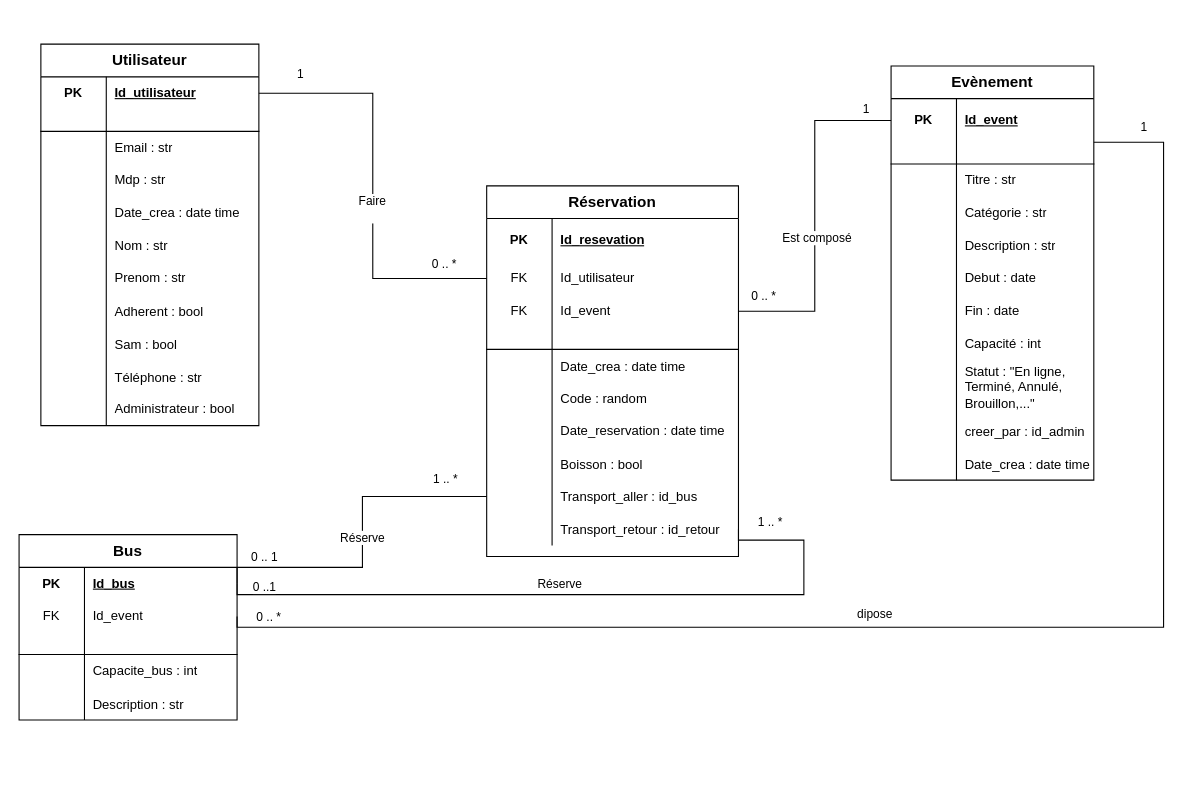
Earlier version of the draw.io diagram doc/Diagramme Bdd.drawio (khalidjerrari/ENSAI-Projet-info-2A). Source tidied: cells renumbered, new cells numbered last; positions are measured from the earlier drawing's top-left corner, leaving out a move shared by most shapes. Both pictures are drawn from the tidied source at 109%, with x=0, y=0 at pixel (19, 44).
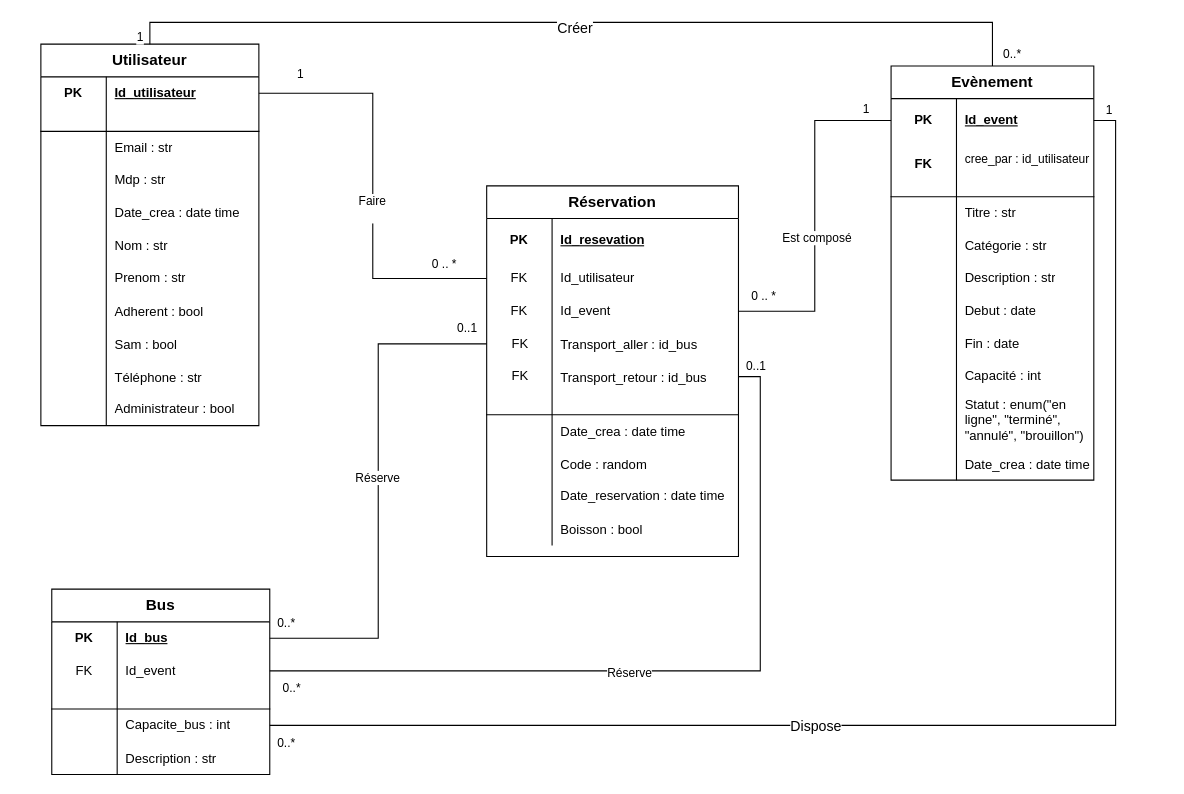
Above is the later version.

Commit message:
mise à jour du diagramme bdd

The change refers to these unchanged cells:
```xml
<mxCell id="2" value="&lt;font style=&quot;font-size: 14px;&quot;&gt;Utilisateur&lt;/font&gt;" style="shape=table;startSize=30;childLayout=tableLayout;rowLines=0;fontStyle=1;align=center;html=1;whiteSpace=wrap;" parent="1" vertex="1">
  <mxGeometry x="20" width="200" height="350" as="geometry" />
</mxCell>
<mxCell id="36" value="Evènement" style="shape=table;startSize=30;childLayout=tableLayout;rowLines=0;fontStyle=1;align=center;html=1;whiteSpace=wrap;fontSize=14;" parent="1" vertex="1">
  <mxGeometry x="800" y="20" width="186" height="380" as="geometry" />
</mxCell>
<mxCell id="37" style="shape=tableRow;horizontal=0;startSize=0;swimlaneHead=0;swimlaneBody=0;fillColor=none;points=[[0,0.5],[1,0.5]];portConstraint=eastwest;top=0;left=0;right=0;bottom=0;html=1;" parent="36" vertex="1">
  <mxGeometry y="30" width="186" height="40" as="geometry" />
</mxCell>
<mxCell id="70" value="Réservation" style="shape=table;startSize=30;childLayout=tableLayout;rowLines=0;fontStyle=1;align=center;html=1;whiteSpace=wrap;fontSize=14;" parent="1" vertex="1">
  <mxGeometry x="429" y="130" width="231" height="340" as="geometry" />
</mxCell>
<mxCell id="110" style="shape=tableRow;horizontal=0;startSize=0;swimlaneHead=0;swimlaneBody=0;fillColor=none;points=[[0,0.5],[1,0.5]];portConstraint=eastwest;top=0;left=0;right=0;bottom=0;html=1;" parent="109" vertex="1">
  <mxGeometry y="30" width="200" height="30" as="geometry" />
</mxCell>
<mxCell id="113" style="shape=tableRow;horizontal=0;startSize=0;swimlaneHead=0;swimlaneBody=0;fillColor=none;points=[[0,0.5],[1,0.5]];portConstraint=eastwest;top=0;left=0;right=0;bottom=0;" parent="109" vertex="1">
  <mxGeometry y="60" width="200" height="30" as="geometry" />
</mxCell>
<mxCell id="119" style="shape=tableRow;horizontal=0;startSize=0;swimlaneHead=0;swimlaneBody=0;fillColor=none;points=[[0,0.5],[1,0.5]];portConstraint=eastwest;top=0;left=0;right=0;bottom=0;html=1;" parent="109" vertex="1">
  <mxGeometry y="110" width="200" height="30" as="geometry" />
</mxCell>
```

Diff of the diagram source:
```diff
@@
+    <mxCell id="137" style="edgeStyle=orthogonalEdgeStyle;rounded=0;jettySize=auto;html=1;exitX=0.5;exitY=0;exitDx=0;exitDy=0;entryX=0.5;entryY=0;entryDx=0;entryDy=0;endArrow=none;endFill=0;" parent="1" edge="1" source="36" target="2">
+      <mxGeometry relative="1" as="geometry" />
+    </mxCell>
+    <mxCell id="138" value="&lt;font style=&quot;font-size: 13px;&quot;&gt;Créer&lt;/font&gt;" style="edgeLabel;html=1;align=center;verticalAlign=middle;" parent="137" vertex="1">
+      <mxGeometry x="0.02" y="4" relative="1" as="geometry">
+        <mxPoint x="1" as="offset" />
+      </mxGeometry>
+    </mxCell>
+    <mxCell id="139" value="0..*" style="edgeLabel;html=1;align=center;verticalAlign=middle;" parent="137" vertex="1">
+      <mxGeometry x="-0.97" y="2" relative="1" as="geometry">
+        <mxPoint x="19" as="offset" />
+      </mxGeometry>
+    </mxCell>
+    <mxCell id="140" value="1" style="edgeLabel;html=1;align=center;verticalAlign=middle;" parent="137" vertex="1">
+      <mxGeometry x="0.98" y="1" relative="1" as="geometry">
+        <mxPoint x="-11" y="1" as="offset" />
+      </mxGeometry>
+    </mxCell>
@@
+    <mxCell id="64" style="shape=tableRow;horizontal=0;startSize=0;swimlaneHead=0;swimlaneBody=0;fillColor=none;top=0;left=0;right=0;bottom=0;" parent="36" vertex="1">
+      <mxGeometry y="70" width="186" height="30" as="geometry" />
+    </mxCell>
+    <mxCell id="65" style="shape=partialRectangle;fillColor=none;top=0;left=0;bottom=0;right=0;overflow=hidden;" parent="64" vertex="1">
+      <mxGeometry width="60" height="30" as="geometry" />
+    </mxCell>
+    <mxCell id="66" value="cree_par : id_utilisateur" style="shape=partialRectangle;fillColor=none;top=0;left=0;bottom=0;right=0;align=left;spacingLeft=6;overflow=hidden;fontSize=11;" parent="64" vertex="1">
+      <mxGeometry x="60" width="126" height="30" as="geometry" />
+    </mxCell>
     <mxCell id="40" style="shape=tableRow;horizontal=0;startSize=0;swimlaneHead=0;swimlaneBody=0;fillColor=none;top=0;left=0;right=0;bottom=1;" parent="36" vertex="1">
-      <mxGeometry y="70" width="186" height="20" as="geometry" />
+      <mxGeometry y="100" width="186" height="20" as="geometry" />
     </mxCell>
@@
     <mxCell id="43" style="shape=tableRow;horizontal=0;startSize=0;swimlaneHead=0;swimlaneBody=0;fillColor=none;top=0;left=0;right=0;bottom=0;html=1;" parent="36" vertex="1">
-      <mxGeometry y="90" width="186" height="30" as="geometry" />
+      <mxGeometry y="120" width="186" height="30" as="geometry" />
     </mxCell>
@@
     <mxCell id="46" style="shape=tableRow;horizontal=0;startSize=0;swimlaneHead=0;swimlaneBody=0;fillColor=none;top=0;left=0;right=0;bottom=0;html=1;" parent="36" vertex="1">
-      <mxGeometry y="120" width="186" height="30" as="geometry" />
+      <mxGeometry y="150" width="186" height="30" as="geometry" />
     </mxCell>
@@
     <mxCell id="49" style="shape=tableRow;horizontal=0;startSize=0;swimlaneHead=0;swimlaneBody=0;fillColor=none;top=0;left=0;right=0;bottom=0;html=1;" parent="36" vertex="1">
-      <mxGeometry y="150" width="186" height="30" as="geometry" />
+      <mxGeometry y="180" width="186" height="30" as="geometry" />
     </mxCell>
@@
     <mxCell id="52" style="shape=tableRow;horizontal=0;startSize=0;swimlaneHead=0;swimlaneBody=0;fillColor=none;top=0;left=0;right=0;bottom=0;html=1;" parent="36" vertex="1">
-      <mxGeometry y="180" width="186" height="30" as="geometry" />
+      <mxGeometry y="210" width="186" height="30" as="geometry" />
     </mxCell>
@@
     <mxCell id="55" style="shape=tableRow;horizontal=0;startSize=0;swimlaneHead=0;swimlaneBody=0;fillColor=none;top=0;left=0;right=0;bottom=0;html=1;" parent="36" vertex="1">
-      <mxGeometry y="210" width="186" height="30" as="geometry" />
+      <mxGeometry y="240" width="186" height="30" as="geometry" />
     </mxCell>
@@
     <mxCell id="58" style="shape=tableRow;horizontal=0;startSize=0;swimlaneHead=0;swimlaneBody=0;fillColor=none;top=0;left=0;right=0;bottom=0;html=1;" parent="36" vertex="1">
-      <mxGeometry y="240" width="186" height="30" as="geometry" />
+      <mxGeometry y="270" width="186" height="30" as="geometry" />
     </mxCell>
@@
     <mxCell id="61" style="shape=tableRow;horizontal=0;startSize=0;swimlaneHead=0;swimlaneBody=0;fillColor=none;top=0;left=0;right=0;bottom=0;html=1;" parent="36" vertex="1">
-      <mxGeometry y="270" width="186" height="50" as="geometry" />
+      <mxGeometry y="300" width="186" height="50" as="geometry" />
     </mxCell>
@@
-    <mxCell id="63" value="Statut : &quot;En ligne, Terminé, Annulé, Brouillon,...&quot;&amp;nbsp;&amp;nbsp;" style="shape=partialRectangle;fillColor=none;top=0;left=0;bottom=0;right=0;align=left;spacingLeft=6;overflow=hidden;html=1;whiteSpace=wrap;" parent="61" vertex="1">
+    <mxCell id="63" value="Statut : enum(&quot;en ligne&quot;, &quot;terminé&quot;, &quot;annulé&quot;, &quot;brouillon&quot;)&amp;nbsp;&amp;nbsp;" style="shape=partialRectangle;fillColor=none;top=0;left=0;bottom=0;right=0;align=left;spacingLeft=6;overflow=hidden;html=1;whiteSpace=wrap;" parent="61" vertex="1">
       <mxGeometry x="60" width="126" height="50" as="geometry" />
     </mxCell>
-    <mxCell id="64" style="shape=tableRow;horizontal=0;startSize=0;swimlaneHead=0;swimlaneBody=0;fillColor=none;top=0;left=0;right=0;bottom=0;" parent="36" vertex="1">
-      <mxGeometry y="320" width="186" height="30" as="geometry" />
-    </mxCell>
-    <mxCell id="65" style="shape=partialRectangle;fillColor=none;top=0;left=0;bottom=0;right=0;overflow=hidden;" parent="64" vertex="1">
-      <mxGeometry width="60" height="30" as="geometry" />
-    </mxCell>
-    <mxCell id="66" value="creer_par : id_admin" style="shape=partialRectangle;fillColor=none;top=0;left=0;bottom=0;right=0;align=left;spacingLeft=6;overflow=hidden;" parent="64" vertex="1">
-      <mxGeometry x="60" width="126" height="30" as="geometry" />
-    </mxCell>
@@
+    <mxCell id="95" style="shape=tableRow;horizontal=0;startSize=0;swimlaneHead=0;swimlaneBody=0;fillColor=none;points=[[0,0.5],[1,0.5]];portConstraint=eastwest;top=0;left=0;right=0;bottom=0;" parent="70" vertex="1">
+      <mxGeometry y="130" width="231" height="30" as="geometry" />
+    </mxCell>
+    <mxCell id="96" style="shape=partialRectangle;fillColor=none;top=0;left=0;bottom=0;right=0;overflow=hidden;" parent="95" vertex="1">
+      <mxGeometry width="60" height="30" as="geometry" />
+    </mxCell>
+    <mxCell id="97" value="Transport_aller : id_bus" style="shape=partialRectangle;fillColor=none;top=0;left=0;bottom=0;right=0;align=left;spacingLeft=6;overflow=hidden;" parent="95" vertex="1">
+      <mxGeometry x="60" width="171" height="30" as="geometry" />
+    </mxCell>
+    <mxCell id="98" style="shape=tableRow;horizontal=0;startSize=0;swimlaneHead=0;swimlaneBody=0;fillColor=none;points=[[0,0.5],[1,0.5]];portConstraint=eastwest;top=0;left=0;right=0;bottom=0;" parent="70" vertex="1">
+      <mxGeometry y="160" width="231" height="30" as="geometry" />
+    </mxCell>
+    <mxCell id="99" style="shape=partialRectangle;fillColor=none;top=0;left=0;bottom=0;right=0;overflow=hidden;" parent="98" vertex="1">
+      <mxGeometry width="60" height="30" as="geometry" />
+    </mxCell>
+    <mxCell id="100" value="Transport_retour : id_bus" style="shape=partialRectangle;fillColor=none;top=0;left=0;bottom=0;right=0;align=left;spacingLeft=6;overflow=hidden;" parent="98" vertex="1">
+      <mxGeometry x="60" width="171" height="30" as="geometry" />
+    </mxCell>
     <mxCell id="80" style="shape=tableRow;horizontal=0;startSize=0;swimlaneHead=0;swimlaneBody=0;fillColor=none;top=0;left=0;right=0;bottom=1;html=1;" parent="70" vertex="1">
-      <mxGeometry y="130" width="231" height="20" as="geometry" />
+      <mxGeometry y="190" width="231" height="20" as="geometry" />
     </mxCell>
@@
     <mxCell id="83" style="shape=tableRow;horizontal=0;startSize=0;swimlaneHead=0;swimlaneBody=0;fillColor=none;top=0;left=0;right=0;bottom=0;" parent="70" vertex="1">
-      <mxGeometry y="150" width="231" height="30" as="geometry" />
+      <mxGeometry y="210" width="231" height="30" as="geometry" />
     </mxCell>
@@
     <mxCell id="86" style="shape=tableRow;horizontal=0;startSize=0;swimlaneHead=0;swimlaneBody=0;fillColor=none;top=0;left=0;right=0;bottom=0;" parent="70" vertex="1">
-      <mxGeometry y="180" width="231" height="30" as="geometry" />
+      <mxGeometry y="240" width="231" height="30" as="geometry" />
     </mxCell>
@@
     <mxCell id="89" style="shape=tableRow;horizontal=0;startSize=0;swimlaneHead=0;swimlaneBody=0;fillColor=none;top=0;left=0;right=0;bottom=0;html=1;" parent="70" vertex="1">
-      <mxGeometry y="210" width="231" height="30" as="geometry" />
+      <mxGeometry y="270" width="231" height="30" as="geometry" />
     </mxCell>
@@
     <mxCell id="92" style="shape=tableRow;horizontal=0;startSize=0;swimlaneHead=0;swimlaneBody=0;fillColor=none;top=0;left=0;right=0;bottom=0;" parent="70" vertex="1">
-      <mxGeometry y="240" width="231" height="30" as="geometry" />
+      <mxGeometry y="300" width="231" height="30" as="geometry" />
     </mxCell>
@@
-    <mxCell id="95" style="shape=tableRow;horizontal=0;startSize=0;swimlaneHead=0;swimlaneBody=0;fillColor=none;points=[[0,0.5],[1,0.5]];portConstraint=eastwest;top=0;left=0;right=0;bottom=0;" parent="70" vertex="1">
-      <mxGeometry y="270" width="231" height="30" as="geometry" />
-    </mxCell>
-    <mxCell id="96" style="shape=partialRectangle;fillColor=none;top=0;left=0;bottom=0;right=0;overflow=hidden;" parent="95" vertex="1">
-      <mxGeometry width="60" height="30" as="geometry" />
-    </mxCell>
-    <mxCell id="97" value="Transport_aller : id_bus" style="shape=partialRectangle;fillColor=none;top=0;left=0;bottom=0;right=0;align=left;spacingLeft=6;overflow=hidden;" parent="95" vertex="1">
-      <mxGeometry x="60" width="171" height="30" as="geometry" />
-    </mxCell>
-    <mxCell id="98" style="shape=tableRow;horizontal=0;startSize=0;swimlaneHead=0;swimlaneBody=0;fillColor=none;points=[[0,0.5],[1,0.5]];portConstraint=eastwest;top=0;left=0;right=0;bottom=0;" parent="70" vertex="1">
-      <mxGeometry y="300" width="231" height="30" as="geometry" />
-    </mxCell>
-    <mxCell id="99" style="shape=partialRectangle;fillColor=none;top=0;left=0;bottom=0;right=0;overflow=hidden;" parent="98" vertex="1">
-      <mxGeometry width="60" height="30" as="geometry" />
-    </mxCell>
-    <mxCell id="100" value="Transport_retour : id_retour" style="shape=partialRectangle;fillColor=none;top=0;left=0;bottom=0;right=0;align=left;spacingLeft=6;overflow=hidden;" parent="98" vertex="1">
-      <mxGeometry x="60" width="171" height="30" as="geometry" />
-    </mxCell>
-    <mxCell id="101" style="edgeStyle=orthogonalEdgeStyle;rounded=0;jettySize=auto;html=1;exitX=1;exitY=0.5;exitDx=0;exitDy=0;endArrow=none;endFill=0;entryX=1;entryY=0.5;entryDx=0;entryDy=0;" parent="1" edge="1" source="110" target="98">
-      <mxGeometry relative="1" as="geometry">
-        <Array as="points">
-          <mxPoint x="720" y="505" />
-          <mxPoint x="720" y="455" />
-        </Array>
-      </mxGeometry>
-    </mxCell>
-    <mxCell id="102" value="1 .. *" style="edgeLabel;html=1;align=center;verticalAlign=middle;" parent="101" vertex="1">
-      <mxGeometry x="0.85" y="-4" relative="1" as="geometry">
-        <mxPoint x="-11" y="-13" as="offset" />
-      </mxGeometry>
-    </mxCell>
-    <mxCell id="103" value="0 ..1" style="edgeLabel;html=1;align=center;verticalAlign=middle;" parent="101" vertex="1">
-      <mxGeometry x="-0.91" y="2" relative="1" as="geometry">
-        <mxPoint x="5" y="-6" as="offset" />
-      </mxGeometry>
-    </mxCell>
-    <mxCell id="104" value="Réserve" style="edgeLabel;html=1;align=center;verticalAlign=middle;" parent="101" vertex="1">
-      <mxGeometry x="-0.06" relative="1" as="geometry">
-        <mxPoint x="-1" y="-11" as="offset" />
-      </mxGeometry>
-    </mxCell>
-    <mxCell id="105" style="edgeStyle=orthogonalEdgeStyle;rounded=0;jettySize=auto;html=1;exitX=1;exitY=0.5;exitDx=0;exitDy=0;endArrow=none;endFill=0;" parent="1" edge="1" source="110" target="95">
-      <mxGeometry relative="1" as="geometry">
-        <Array as="points">
-          <mxPoint x="200" y="480" />
-          <mxPoint x="315" y="480" />
-          <mxPoint x="315" y="415" />
-        </Array>
-      </mxGeometry>
-    </mxCell>
-    <mxCell id="106" value="Réserve" style="edgeLabel;html=1;align=center;verticalAlign=middle;" parent="105" vertex="1">
-      <mxGeometry x="0.09" y="3" relative="1" as="geometry">
-        <mxPoint x="2" y="10" as="offset" />
-      </mxGeometry>
-    </mxCell>
-    <mxCell id="107" value="0 .. 1" style="edgeLabel;html=1;align=center;verticalAlign=middle;" parent="105" vertex="1">
-      <mxGeometry x="-0.82" y="2" relative="1" as="geometry">
-        <mxPoint x="11" y="-8" as="offset" />
-      </mxGeometry>
-    </mxCell>
-    <mxCell id="108" value="1 .. *" style="edgeLabel;html=1;align=center;verticalAlign=middle;" parent="105" vertex="1">
-      <mxGeometry x="0.84" y="4" relative="1" as="geometry">
-        <mxPoint x="-14" y="-13" as="offset" />
-      </mxGeometry>
-    </mxCell>
     <mxCell id="109" value="Bus" style="shape=table;startSize=30;childLayout=tableLayout;rowLines=0;fontStyle=1;align=center;html=1;whiteSpace=wrap;fontSize=14;" parent="1" vertex="1">
-      <mxGeometry y="450" width="200" height="170" as="geometry" />
+      <mxGeometry x="30" y="500" width="200" height="170" as="geometry" />
     </mxCell>
@@
-    <mxCell id="133" style="edgeStyle=orthogonalEdgeStyle;rounded=0;orthogonalLoop=1;jettySize=auto;html=1;exitX=1;exitY=0.5;exitDx=0;exitDy=0;entryX=1;entryY=0.5;entryDx=0;entryDy=0;endArrow=none;endFill=0;" parent="1" edge="1">
-      <mxGeometry relative="1" as="geometry">
-        <mxPoint x="200" y="525" as="sourcePoint" />
-        <mxPoint x="986" y="90" as="targetPoint" />
-        <Array as="points">
-          <mxPoint x="1050" y="535" />
-          <mxPoint x="1050" y="90" />
-        </Array>
-      </mxGeometry>
-    </mxCell>
-    <mxCell id="134" value="dipose" style="edgeLabel;html=1;align=center;verticalAlign=middle;" parent="133" vertex="1">
-      <mxGeometry x="-0.16" y="2" relative="1" as="geometry">
-        <mxPoint x="19" y="-11" as="offset" />
-      </mxGeometry>
-    </mxCell>
-    <mxCell id="135" value="1" style="edgeLabel;html=1;align=center;verticalAlign=middle;" parent="133" vertex="1">
-      <mxGeometry x="0.93" y="-1" relative="1" as="geometry">
-        <mxPoint x="-3" y="-14" as="offset" />
-      </mxGeometry>
-    </mxCell>
-    <mxCell id="136" value="0 .. *" style="edgeLabel;html=1;align=center;verticalAlign=middle;" parent="133" vertex="1">
-      <mxGeometry x="-0.93" relative="1" as="geometry">
-        <mxPoint x="-10" y="-10" as="offset" />
-      </mxGeometry>
-    </mxCell>
+    <mxCell id="141" value="FK" style="shape=partialRectangle;fillColor=none;top=0;left=0;bottom=0;right=0;fontStyle=1;overflow=hidden;html=1;whiteSpace=wrap;" parent="1" vertex="1">
+      <mxGeometry x="800" y="90" width="60" height="40" as="geometry" />
+    </mxCell>
+    <mxCell id="142" value="FK" style="shape=partialRectangle;fillColor=none;top=0;left=0;bottom=0;right=0;fontStyle=0;overflow=hidden;whiteSpace=wrap;html=1;" parent="1" vertex="1">
+      <mxGeometry x="430" y="260" width="60" height="30" as="geometry" />
+    </mxCell>
+    <mxCell id="143" value="FK" style="shape=partialRectangle;fillColor=none;top=0;left=0;bottom=0;right=0;fontStyle=0;overflow=hidden;whiteSpace=wrap;html=1;" parent="1" vertex="1">
+      <mxGeometry x="430" y="290" width="60" height="30" as="geometry" />
+    </mxCell>
+    <mxCell id="144" style="edgeStyle=orthogonalEdgeStyle;rounded=0;jettySize=auto;html=1;exitX=1;exitY=0.5;exitDx=0;exitDy=0;entryX=1;entryY=0.5;entryDx=0;entryDy=0;endArrow=none;endFill=0;" parent="1" edge="1" source="119" target="37">
+      <mxGeometry relative="1" as="geometry" />
+    </mxCell>
+    <mxCell id="145" value="1" style="edgeLabel;html=1;align=center;verticalAlign=middle;" parent="144" vertex="1">
+      <mxGeometry x="0.98" relative="1" as="geometry">
+        <mxPoint x="-1" y="-10" as="offset" />
+      </mxGeometry>
+    </mxCell>
+    <mxCell id="146" value="&lt;font style=&quot;font-size: 13px;&quot;&gt;Dispose&lt;/font&gt;" style="edgeLabel;html=1;align=center;verticalAlign=middle;" parent="144" vertex="1">
+      <mxGeometry x="-0.26" relative="1" as="geometry" />
+    </mxCell>
+    <mxCell id="147" value="0..*" style="edgeLabel;html=1;align=center;verticalAlign=middle;" parent="144" vertex="1">
+      <mxGeometry x="-0.98" relative="1" as="geometry">
+        <mxPoint y="15" as="offset" />
+      </mxGeometry>
+    </mxCell>
+    <mxCell id="148" style="edgeStyle=orthogonalEdgeStyle;rounded=0;jettySize=auto;html=1;exitX=1;exitY=0.5;exitDx=0;exitDy=0;entryX=1;entryY=0.5;entryDx=0;entryDy=0;endArrow=none;endFill=0;" parent="1" edge="1" source="113" target="98">
+      <mxGeometry relative="1" as="geometry">
+        <Array as="points">
+          <mxPoint x="680" y="575" />
+          <mxPoint x="680" y="305" />
+        </Array>
+      </mxGeometry>
+    </mxCell>
+    <mxCell id="149" value="Réserve" style="edgeLabel;html=1;align=center;verticalAlign=middle;" parent="148" vertex="1">
+      <mxGeometry x="-0.11" y="-1" relative="1" as="geometry" />
+    </mxCell>
+    <mxCell id="150" value="0..1" style="edgeLabel;html=1;align=center;verticalAlign=middle;" parent="148" vertex="1">
+      <mxGeometry x="0.96" y="3" relative="1" as="geometry">
+        <mxPoint y="-14" as="offset" />
+      </mxGeometry>
+    </mxCell>
+    <mxCell id="151" value="0..*" style="edgeLabel;html=1;align=center;verticalAlign=middle;" parent="148" vertex="1">
+      <mxGeometry x="-0.95" y="-1" relative="1" as="geometry">
+        <mxPoint y="14" as="offset" />
+      </mxGeometry>
+    </mxCell>
+    <mxCell id="105" style="edgeStyle=orthogonalEdgeStyle;rounded=0;jettySize=auto;html=1;exitX=1;exitY=0.5;exitDx=0;exitDy=0;entryX=0;entryY=0.5;entryDx=0;entryDy=0;endArrow=none;endFill=0;" parent="1" edge="1" source="110" target="95">
+      <mxGeometry relative="1" as="geometry" />
+    </mxCell>
+    <mxCell id="152" value="Réserve" style="edgeLabel;html=1;align=center;verticalAlign=middle;" parent="105" vertex="1">
+      <mxGeometry x="0.05" y="1" relative="1" as="geometry">
+        <mxPoint y="-1" as="offset" />
+      </mxGeometry>
+    </mxCell>
+    <mxCell id="153" value="0..1" style="edgeLabel;html=1;align=center;verticalAlign=middle;" parent="105" vertex="1">
+      <mxGeometry x="0.92" y="-1" relative="1" as="geometry">
+        <mxPoint y="-16" as="offset" />
+      </mxGeometry>
+    </mxCell>
+    <mxCell id="154" value="0..*" style="edgeLabel;html=1;align=center;verticalAlign=middle;" parent="105" vertex="1">
+      <mxGeometry x="-0.94" y="1" relative="1" as="geometry">
+        <mxPoint y="-14" as="offset" />
+      </mxGeometry>
+    </mxCell>
```
